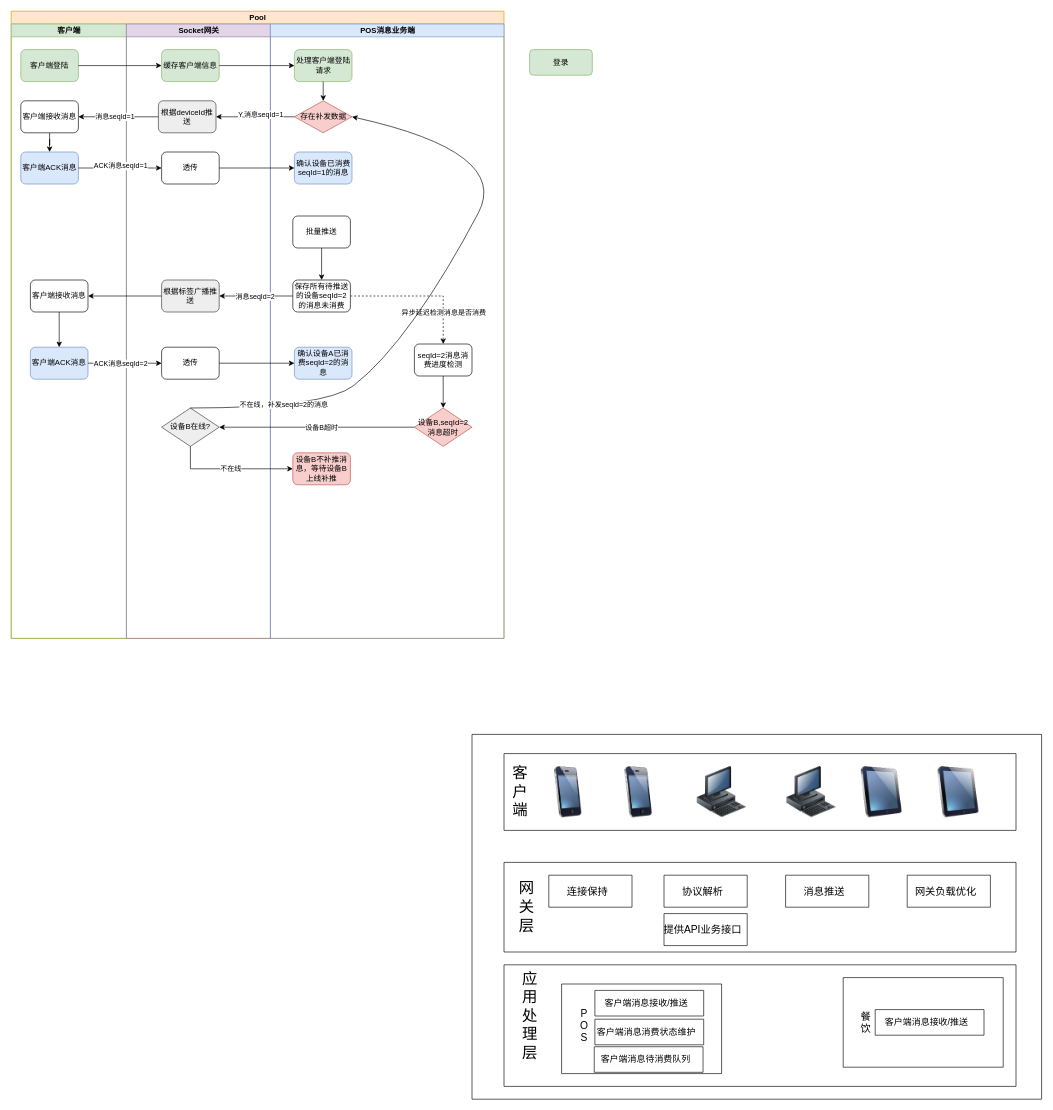
jackfromcn/drawio keeps this draw.io diagram as POS系统服务架构.drawio. Above is the earlier version. Source tidied: cells renumbered, new cells numbered last; positions are measured from the earlier drawing's top-left corner, leaving out a move shared by most shapes. Both pictures are drawn from the tidied source at 64%, with x=0, y=0 at pixel (11, 11).
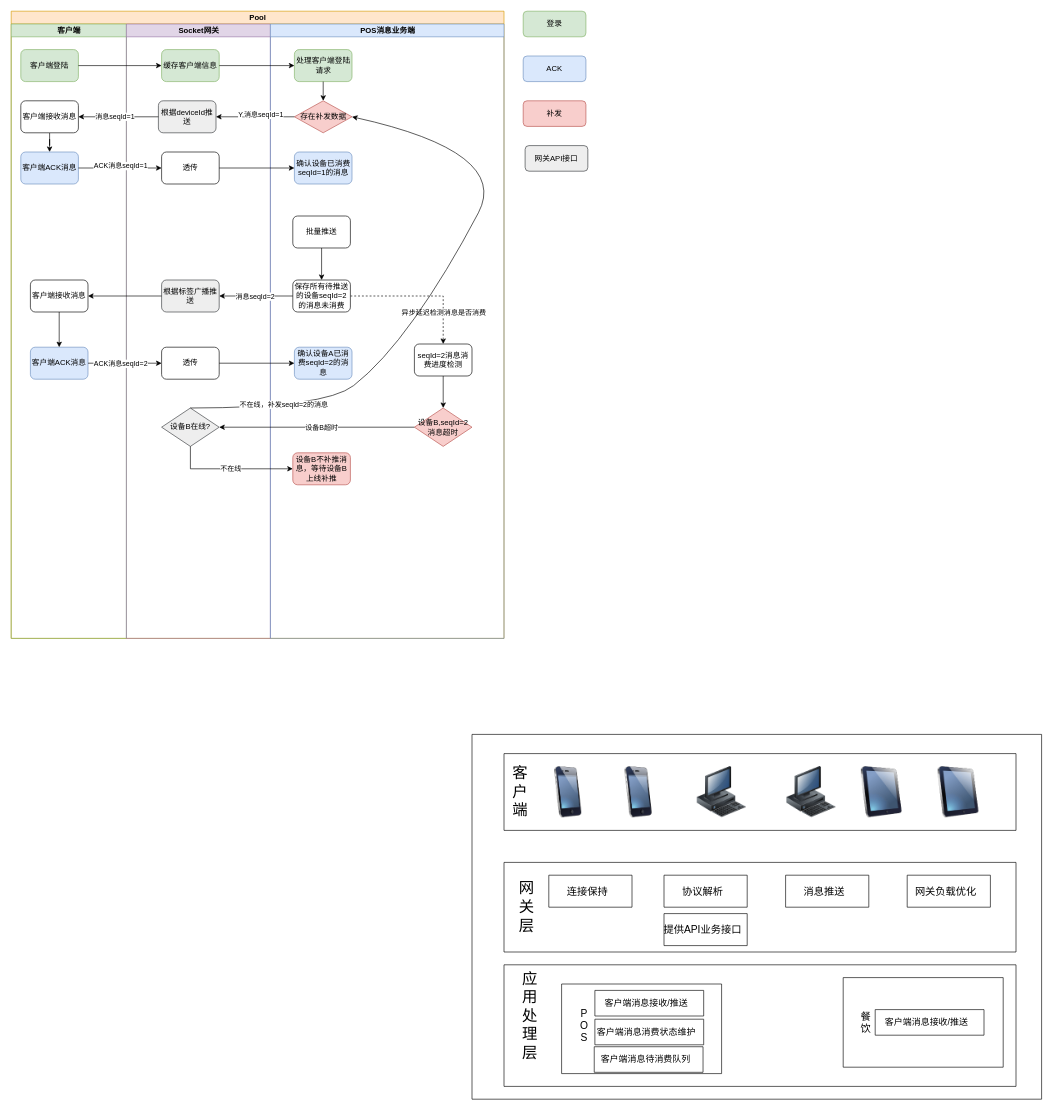
After the change.

Commit message (it also covers changes not shown here):
更新POS系统服务架构.drawio

What changed in the source:
```diff
@@
     <mxCell id="88" value="登录" style="rounded=1;whiteSpace=wrap;html=1;fillColor=#d5e8d4;strokeColor=#82b366;" parent="1" vertex="1">
-      <mxGeometry x="810" y="60" width="98" height="40" as="geometry" />
+      <mxGeometry x="800" width="98" height="40" as="geometry" />
     </mxCell>
+    <mxCell id="89" value="ACK" style="rounded=1;whiteSpace=wrap;html=1;fillColor=#dae8fc;strokeColor=#6c8ebf;" parent="1" vertex="1">
+      <mxGeometry x="800" y="70" width="98" height="40" as="geometry" />
+    </mxCell>
+    <mxCell id="90" value="补发" style="rounded=1;whiteSpace=wrap;html=1;fillColor=#f8cecc;strokeColor=#b85450;" parent="1" vertex="1">
+      <mxGeometry x="800" y="140" width="98" height="40" as="geometry" />
+    </mxCell>
+    <mxCell id="91" value="网关API接口" style="rounded=1;whiteSpace=wrap;html=1;fillColor=#eeeeee;strokeColor=#36393d;" parent="1" vertex="1">
+      <mxGeometry x="803" y="210" width="98" height="40" as="geometry" />
+    </mxCell>
```
